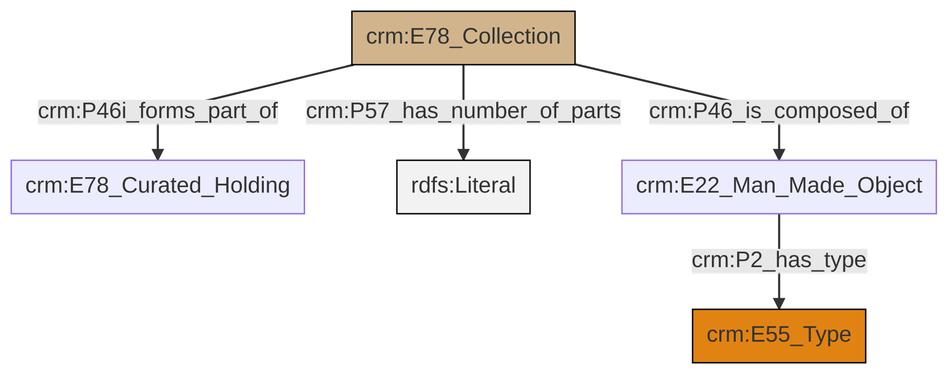
The Mermaid diagram et/archivalCSV/ttl/mmd/png/archival_parthood.png in swiss-art-research-net/docs.swissartresearch, before a commit. Its source is kept beside it as et/archivalCSV/ttl/mmd/archival_parthood.ttl.mmd.
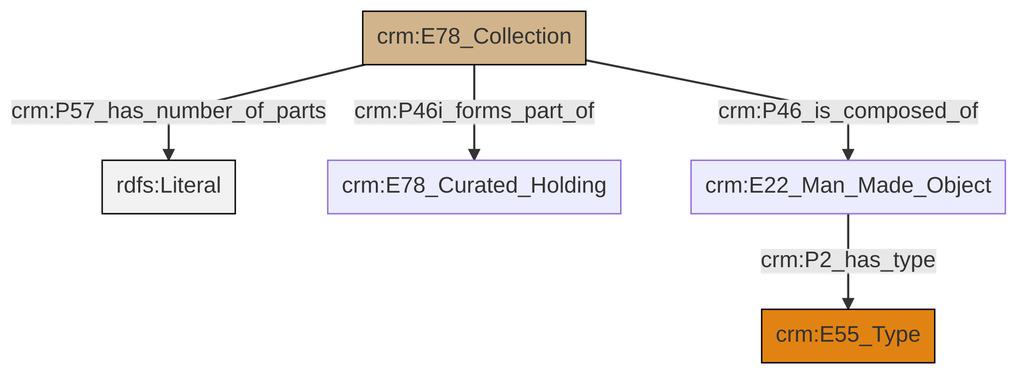
After the commit.

Change to the diagram source:
```diff
@@ -13,7 +13,7 @@
 classDef PC_Classes fill:#4ce600, stroke:#000000;
 classDef Multi fill:#cccccc,stroke:#000000;
 
-2["crm:E78_Collection"]:::Physical_Thing -->|crm:P57_has_number_of_parts| 3[rdfs:Literal]:::Literal
-2["crm:E78_Collection"]:::Physical_Thing -->|crm:P46i_forms_part_of| 0["crm:E78_Curated_Holding"]:::Default
-2["crm:E78_Collection"]:::Physical_Thing -->|crm:P46_is_composed_of| 4["crm:E22_Man_Made_Object"]:::Default
-4["crm:E22_Man_Made_Object"]:::Default -->|crm:P2_has_type| 6["crm:E55_Type"]:::Type
+0["crm:E78_Collection"]:::Physical_Thing -->|crm:P57_has_number_of_parts| 2[rdfs:Literal]:::Literal
+0["crm:E78_Collection"]:::Physical_Thing -->|crm:P46i_forms_part_of| 3["crm:E78_Curated_Holding"]:::Default
+0["crm:E78_Collection"]:::Physical_Thing -->|crm:P46_is_composed_of| 4["crm:E22_Man_Made_Object"]:::Default
+4["crm:E22_Man_Made_Object"]:::Default -->|crm:P2_has_type| 5["crm:E55_Type"]:::Type
```
